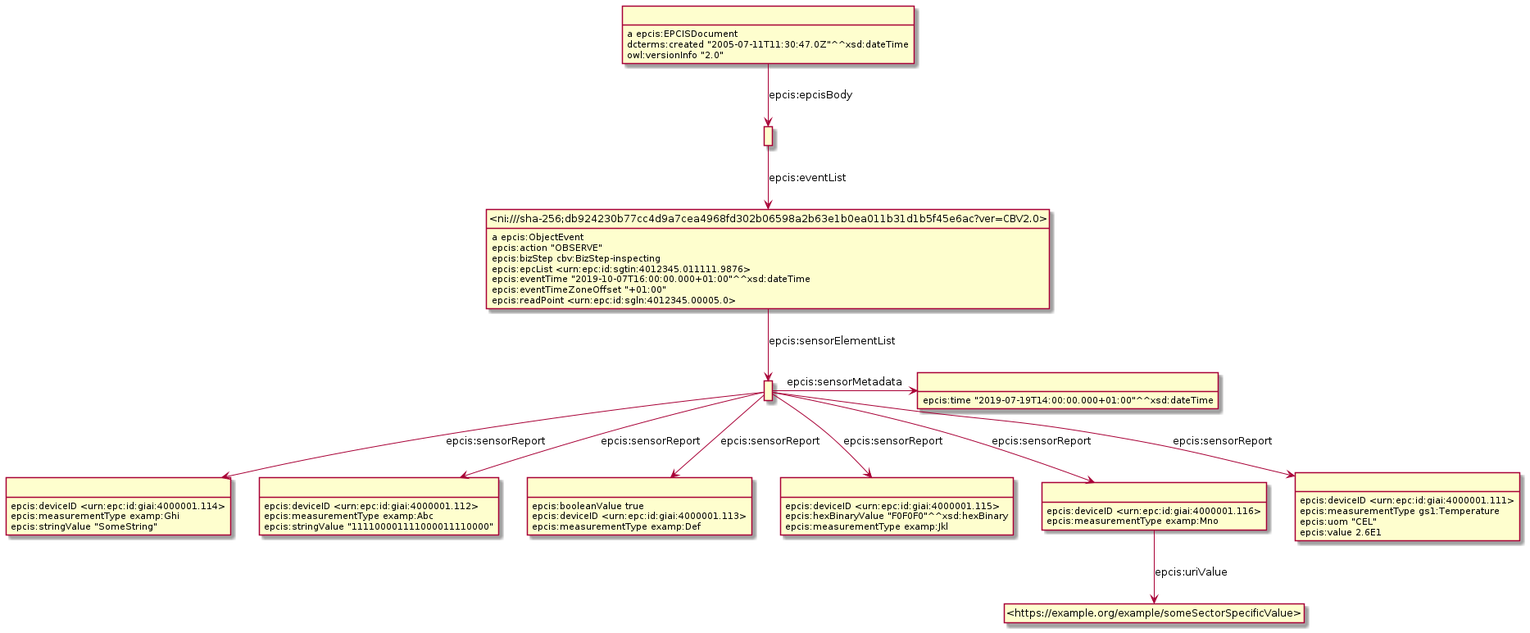
This is Diagrams/WithSensorData/SensorDataExample7.png from gs1/EPCIS, a PlantUML export, as it was before one commit.
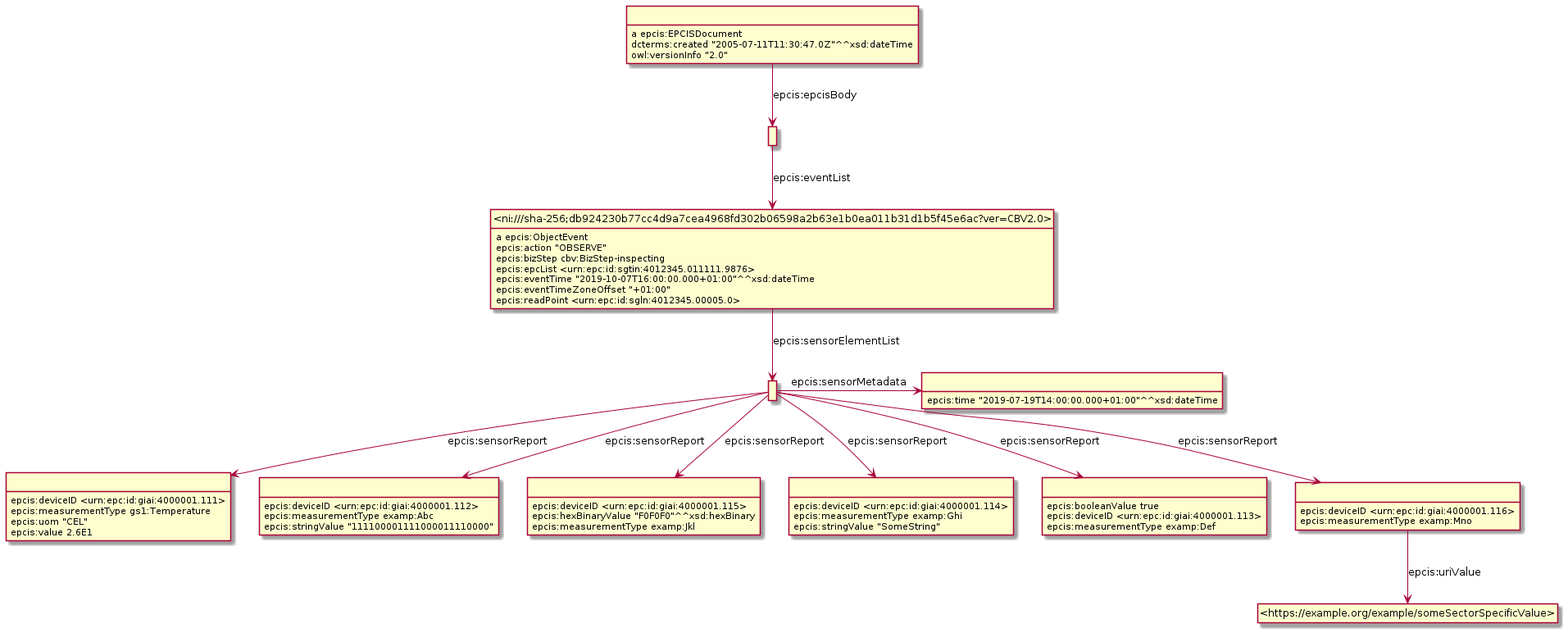
The same diagram one commit later.

Diff of the diagram source:
```diff
@@ -3,56 +3,56 @@
 hide empty attributes
 hide circle
 skinparam classAttributeIconSize 0
-class _r1631887427r6_ as " "
-_r1631887427r6_ : epcis:deviceID <urn:epc:id:giai:4000001.114>
-_r1631887427r6_ : epcis:measurementType examp:Ghi
-_r1631887427r6_ : epcis:stringValue "SomeString"
-class _r1631887427r8_ as " "
-_r1631887427r8_ : epcis:deviceID <urn:epc:id:giai:4000001.112>
-_r1631887427r8_ : epcis:measurementType examp:Abc
-_r1631887427r8_ : epcis:stringValue "111100001111000011110000"
-class _r1631887427r7_ as " "
-_r1631887427r7_ : epcis:booleanValue true
-_r1631887427r7_ : epcis:deviceID <urn:epc:id:giai:4000001.113>
-_r1631887427r7_ : epcis:measurementType examp:Def
-class _r1631887427r5_ as " "
-_r1631887427r5_ : epcis:deviceID <urn:epc:id:giai:4000001.115>
-_r1631887427r5_ : epcis:hexBinaryValue "F0F0F0"^^xsd:hexBinary
-_r1631887427r5_ : epcis:measurementType examp:Jkl
-class _r1631887427r2_ as " "
-class _r1631887427r4_ as " "
-_r1631887427r2_ -down-> _r1631887427r4_ : epcis:sensorReport
-class _r1631887427r3_ as " "
-_r1631887427r2_ -right-> _r1631887427r3_ : epcis:sensorMetadata
-_r1631887427r2_ -down-> _r1631887427r7_ : epcis:sensorReport
-_r1631887427r2_ -down-> _r1631887427r8_ : epcis:sensorReport
-class _r1631887427r9_ as " "
-_r1631887427r2_ -down-> _r1631887427r9_ : epcis:sensorReport
-_r1631887427r2_ -down-> _r1631887427r6_ : epcis:sensorReport
-_r1631887427r2_ -down-> _r1631887427r5_ : epcis:sensorReport
-_r1631887427r9_ : epcis:deviceID <urn:epc:id:giai:4000001.111>
-_r1631887427r9_ : epcis:measurementType gs1:Temperature
-_r1631887427r9_ : epcis:uom "CEL"
-_r1631887427r9_ : epcis:value 2.6E1
-class _r1631887427r1_ as " "
+class _r1631889720r2_ as " "
+class _r1631889720r9_ as " "
+_r1631889720r2_ -down-> _r1631889720r9_ : epcis:sensorReport
+class _r1631889720r8_ as " "
+_r1631889720r2_ -down-> _r1631889720r8_ : epcis:sensorReport
+class _r1631889720r5_ as " "
+_r1631889720r2_ -down-> _r1631889720r5_ : epcis:sensorReport
+class _r1631889720r6_ as " "
+_r1631889720r2_ -down-> _r1631889720r6_ : epcis:sensorReport
+class _r1631889720r7_ as " "
+_r1631889720r2_ -down-> _r1631889720r7_ : epcis:sensorReport
+class _r1631889720r4_ as " "
+_r1631889720r2_ -down-> _r1631889720r4_ : epcis:sensorReport
+class _r1631889720r3_ as " "
+_r1631889720r2_ -right-> _r1631889720r3_ : epcis:sensorMetadata
+_r1631889720r9_ : epcis:deviceID <urn:epc:id:giai:4000001.111>
+_r1631889720r9_ : epcis:measurementType gs1:Temperature
+_r1631889720r9_ : epcis:uom "CEL"
+_r1631889720r9_ : epcis:value 2.6E1
+_r1631889720r5_ : epcis:deviceID <urn:epc:id:giai:4000001.115>
+_r1631889720r5_ : epcis:hexBinaryValue "F0F0F0"^^xsd:hexBinary
+_r1631889720r5_ : epcis:measurementType examp:Jkl
+class _r1631889720r1_ as " "
 class _ni_sha_256_db924230b77cc4d9a7cea4968fd302b06598a2b63e1b0ea011b31d1b5f45e6ac_ver_CBV2_0_ as "<ni:///sha-256;db924230b77cc4d9a7cea4968fd302b06598a2b63e1b0ea011b31d1b5f45e6ac?ver=CBV2.0>"
-_r1631887427r1_ -down-> _ni_sha_256_db924230b77cc4d9a7cea4968fd302b06598a2b63e1b0ea011b31d1b5f45e6ac_ver_CBV2_0_ : epcis:eventList
+_r1631889720r1_ -down-> _ni_sha_256_db924230b77cc4d9a7cea4968fd302b06598a2b63e1b0ea011b31d1b5f45e6ac_ver_CBV2_0_ : epcis:eventList
+_r1631889720r6_ : epcis:deviceID <urn:epc:id:giai:4000001.114>
+_r1631889720r6_ : epcis:measurementType examp:Ghi
+_r1631889720r6_ : epcis:stringValue "SomeString"
+_r1631889720r7_ : epcis:booleanValue true
+_r1631889720r7_ : epcis:deviceID <urn:epc:id:giai:4000001.113>
+_r1631889720r7_ : epcis:measurementType examp:Def
+class _r1631889720r0_ as " "
+_r1631889720r0_ : a epcis:EPCISDocument
+_r1631889720r0_ -down-> _r1631889720r1_ : epcis:epcisBody
+_r1631889720r0_ : dcterms:created "2005-07-11T11:30:47.0Z"^^xsd:dateTime
+_r1631889720r0_ : owl:versionInfo "2.0"
+_r1631889720r8_ : epcis:deviceID <urn:epc:id:giai:4000001.112>
+_r1631889720r8_ : epcis:measurementType examp:Abc
+_r1631889720r8_ : epcis:stringValue "111100001111000011110000"
+class _https_example_org_example_someSectorSpecificValue_ as "<https://example.org/example/someSectorSpecificValue>"
+_r1631889720r4_ -down-> _https_example_org_example_someSectorSpecificValue_ : epcis:uriValue
+_r1631889720r4_ : epcis:deviceID <urn:epc:id:giai:4000001.116>
+_r1631889720r4_ : epcis:measurementType examp:Mno
+_r1631889720r3_ : epcis:time "2019-07-19T14:00:00.000+01:00"^^xsd:dateTime
 _ni_sha_256_db924230b77cc4d9a7cea4968fd302b06598a2b63e1b0ea011b31d1b5f45e6ac_ver_CBV2_0_ : a epcis:ObjectEvent
-_ni_sha_256_db924230b77cc4d9a7cea4968fd302b06598a2b63e1b0ea011b31d1b5f45e6ac_ver_CBV2_0_ -down-> _r1631887427r2_ : epcis:sensorElementList
+_ni_sha_256_db924230b77cc4d9a7cea4968fd302b06598a2b63e1b0ea011b31d1b5f45e6ac_ver_CBV2_0_ -down-> _r1631889720r2_ : epcis:sensorElementList
 _ni_sha_256_db924230b77cc4d9a7cea4968fd302b06598a2b63e1b0ea011b31d1b5f45e6ac_ver_CBV2_0_ : epcis:action "OBSERVE"
 _ni_sha_256_db924230b77cc4d9a7cea4968fd302b06598a2b63e1b0ea011b31d1b5f45e6ac_ver_CBV2_0_ : epcis:bizStep cbv:BizStep-inspecting
 _ni_sha_256_db924230b77cc4d9a7cea4968fd302b06598a2b63e1b0ea011b31d1b5f45e6ac_ver_CBV2_0_ : epcis:epcList <urn:epc:id:sgtin:4012345.011111.9876>
 _ni_sha_256_db924230b77cc4d9a7cea4968fd302b06598a2b63e1b0ea011b31d1b5f45e6ac_ver_CBV2_0_ : epcis:eventTime "2019-10-07T16:00:00.000+01:00"^^xsd:dateTime
 _ni_sha_256_db924230b77cc4d9a7cea4968fd302b06598a2b63e1b0ea011b31d1b5f45e6ac_ver_CBV2_0_ : epcis:eventTimeZoneOffset "+01:00"
 _ni_sha_256_db924230b77cc4d9a7cea4968fd302b06598a2b63e1b0ea011b31d1b5f45e6ac_ver_CBV2_0_ : epcis:readPoint <urn:epc:id:sgln:4012345.00005.0>
-_r1631887427r3_ : epcis:time "2019-07-19T14:00:00.000+01:00"^^xsd:dateTime
-class _r1631887427r0_ as " "
-_r1631887427r0_ : a epcis:EPCISDocument
-_r1631887427r0_ -down-> _r1631887427r1_ : epcis:epcisBody
-_r1631887427r0_ : dcterms:created "2005-07-11T11:30:47.0Z"^^xsd:dateTime
-_r1631887427r0_ : owl:versionInfo "2.0"
-class _https_example_org_example_someSectorSpecificValue_ as "<https://example.org/example/someSectorSpecificValue>"
-_r1631887427r4_ -down-> _https_example_org_example_someSectorSpecificValue_ : epcis:uriValue
-_r1631887427r4_ : epcis:deviceID <urn:epc:id:giai:4000001.116>
-_r1631887427r4_ : epcis:measurementType examp:Mno
 @enduml
```
